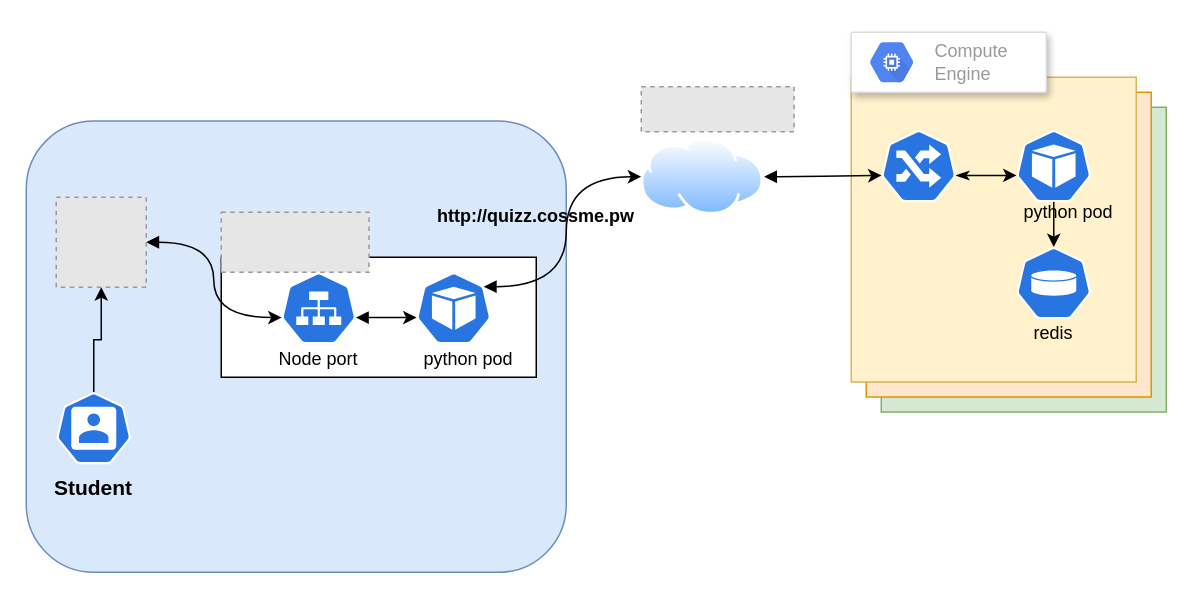
omerlin/yncrea-virtualization keeps this draw.io diagram as docs/files/kubernetes/quizzExam.drawio. Above is the earlier version. Source tidied: cells renumbered, new cells numbered last; positions are measured from the earlier drawing's top-left corner, leaving out a move shared by most shapes. Both pictures are drawn from the tidied source at 150%, with x=0, y=0 at pixel (26, 32). Pictures stored in the file or linked from it are replaced by grey dashed boxes.
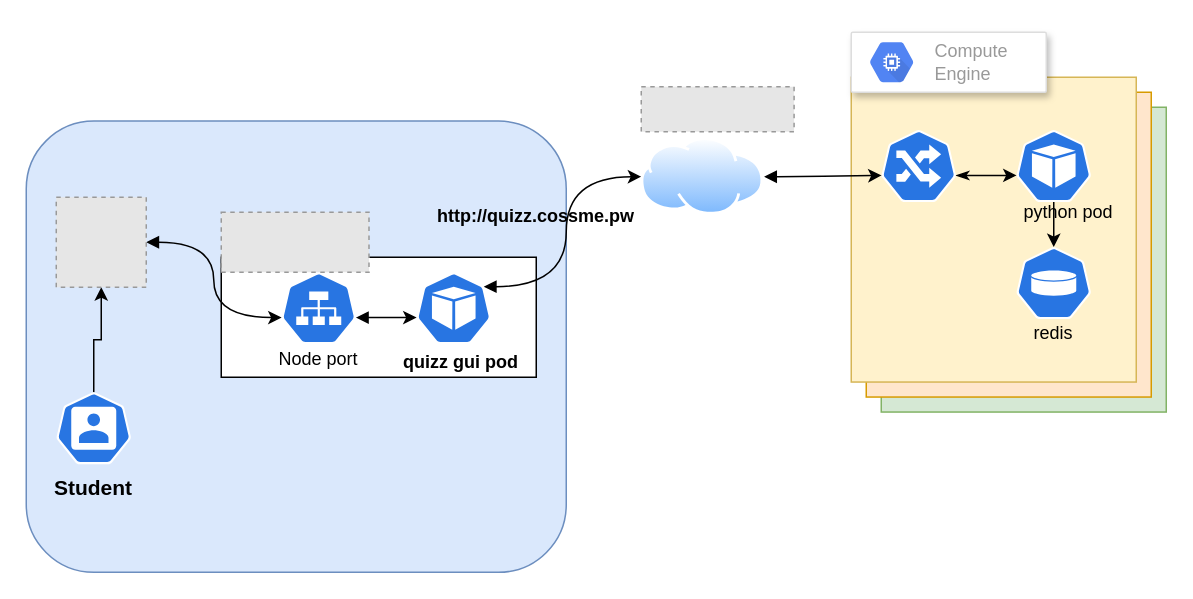
The same diagram, later.

Change to the diagram source:
```diff
@@
-    <mxCell id="26" value="python pod" style="text;html=1;strokeColor=none;fillColor=none;align=center;verticalAlign=middle;whiteSpace=wrap;rounded=0;" parent="1" vertex="1">
-      <mxGeometry x="260" y="208" width="70" height="20" as="geometry" />
+    <mxCell id="26" value="&lt;b&gt;quizz gui pod&lt;/b&gt;" style="text;html=1;strokeColor=none;fillColor=none;align=center;verticalAlign=middle;whiteSpace=wrap;rounded=0;" parent="1" vertex="1">
+      <mxGeometry x="250" y="210" width="80" height="20" as="geometry" />
     </mxCell>
```
